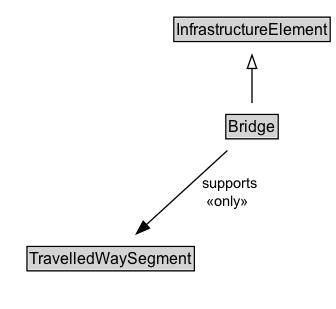
Earlier version of the Graphviz export docs/diagrams/Bridge.dot.png (ISO-TC204/ontology-cdm-p2-v1). Its source is kept beside it as docs/diagrams/Bridge.dot. Source of this version:
```dot
digraph {
	graph [overlap=false rankdir=TB splines=true]
	node [fontname=Arial fontsize=12 margin=0 shape=none]
	edge [fontname=Arial fontsize=11]
	{
		rank=max
		Bridge [label=<<TABLE BORDER="1" CELLBORDER="0" CELLSPACING="0" CELLPADDING="1"><TR><TD BGCOLOR="lightgray" ALIGN="CENTER" PORT="e">Bridge</TD></TR></TABLE>> URL="../Bridge.md" margin=0]
	}
	subgraph cluster_associated {
		label="" style=invis
		Invis [label=<<TABLE BORDER="0" CELLBORDER="0" CELLSPACING="0" CELLPADDING="1"><TR><TD></TD></TR></TABLE>> margin=0 style=invis]
		TravelledWaySegment [label=<<TABLE BORDER="1" CELLBORDER="0" CELLSPACING="0" CELLPADDING="1"><TR><TD BGCOLOR="lightgray" ALIGN="CENTER">TravelledWaySegment</TD></TR></TABLE>> URL="../TravelledWaySegment.md" margin=0]
	}
	InfrastructureElement [label=<<TABLE BORDER="1" CELLBORDER="0" CELLSPACING="0" CELLPADDING="1"><TR><TD BGCOLOR="lightgray" ALIGN="CENTER">InfrastructureElement</TD></TR></TABLE>> URL="../InfrastructureElement.md" margin=0]
	Bridge -> InfrastructureElement [arrowhead=onormal style=solid]
	Bridge -> Invis [style=invis]
	Invis -> TravelledWaySegment [style=invis]
	Bridge -> TravelledWaySegment [label=" supports
 «only»  " arrowhead=normal style=solid]
}
```
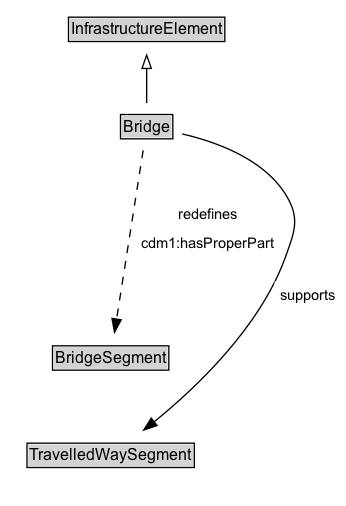
The same file after the commit.

What changed in the source:
```diff
@@ -3,18 +3,25 @@
 	node [fontname=Arial fontsize=12 margin=0 shape=none]
 	edge [fontname=Arial fontsize=11]
 	{
+		rank=source
+		InfrastructureElement [label=<<TABLE BORDER="1" CELLBORDER="0" CELLSPACING="0" CELLPADDING="1"><TR><TD BGCOLOR="lightgray" ALIGN="CENTER">InfrastructureElement</TD></TR></TABLE>> URL="../InfrastructureElement" margin=0]
+	}
+	Bridge [label=<<TABLE BORDER="1" CELLBORDER="0" CELLSPACING="0" CELLPADDING="1"><TR><TD BGCOLOR="lightgray" ALIGN="CENTER">Bridge</TD></TR></TABLE>> URL="../Bridge" margin=0]
+	{
 		rank=max
-		Bridge [label=<<TABLE BORDER="1" CELLBORDER="0" CELLSPACING="0" CELLPADDING="1"><TR><TD BGCOLOR="lightgray" ALIGN="CENTER" PORT="e">Bridge</TD></TR></TABLE>> URL="../Bridge.md" margin=0]
 	}
 	subgraph cluster_associated {
 		label="" style=invis
 		Invis [label=<<TABLE BORDER="0" CELLBORDER="0" CELLSPACING="0" CELLPADDING="1"><TR><TD></TD></TR></TABLE>> margin=0 style=invis]
-		TravelledWaySegment [label=<<TABLE BORDER="1" CELLBORDER="0" CELLSPACING="0" CELLPADDING="1"><TR><TD BGCOLOR="lightgray" ALIGN="CENTER">TravelledWaySegment</TD></TR></TABLE>> URL="../TravelledWaySegment.md" margin=0]
+		BridgeSegment [label=<<TABLE BORDER="1" CELLBORDER="0" CELLSPACING="0" CELLPADDING="1"><TR><TD BGCOLOR="lightgray" ALIGN="CENTER">BridgeSegment</TD></TR></TABLE>> URL="../BridgeSegment" margin=0]
+		TravelledWaySegment [label=<<TABLE BORDER="1" CELLBORDER="0" CELLSPACING="0" CELLPADDING="1"><TR><TD BGCOLOR="lightgray" ALIGN="CENTER">TravelledWaySegment</TD></TR></TABLE>> URL="../TravelledWaySegment" margin=0]
 	}
-	InfrastructureElement [label=<<TABLE BORDER="1" CELLBORDER="0" CELLSPACING="0" CELLPADDING="1"><TR><TD BGCOLOR="lightgray" ALIGN="CENTER">InfrastructureElement</TD></TR></TABLE>> URL="../InfrastructureElement.md" margin=0]
 	Bridge -> InfrastructureElement [arrowhead=onormal style=solid]
 	Bridge -> Invis [style=invis]
-	Invis -> TravelledWaySegment [style=invis]
-	Bridge -> TravelledWaySegment [label=" supports
- «only»  " arrowhead=normal style=solid]
+	Invis -> BridgeSegment [style=invis]
+	BridgeSegment -> TravelledWaySegment [style=invis]
+	TravelledWaySegment [label=<<TABLE BORDER="1" CELLBORDER="0" CELLSPACING="0" CELLPADDING="1"><TR><TD BGCOLOR="lightgray" ALIGN="CENTER">TravelledWaySegment</TD></TR></TABLE>> URL="../TravelledWaySegment" margin=0]
+	Bridge -> TravelledWaySegment [label=<<TABLE BORDER="0" CELLBORDER="0" CELLSPACING="0" CELLPADDING="4" BGCOLOR="white"><TR><TD ALIGN="CENTER">supports</TD></TR></TABLE>> arrowhead=normal style=solid]
+	BridgeSegment [label=<<TABLE BORDER="1" CELLBORDER="0" CELLSPACING="0" CELLPADDING="1"><TR><TD BGCOLOR="lightgray" ALIGN="CENTER">BridgeSegment</TD></TR></TABLE>> URL="../BridgeSegment" margin=0]
+	Bridge -> BridgeSegment [label=<<TABLE BORDER="0" CELLBORDER="0" CELLSPACING="0" CELLPADDING="4" BGCOLOR="white"><TR><TD ALIGN="CENTER">redefines</TD></TR><TR><TD ALIGN="CENTER">cdm1:hasProperPart</TD></TR></TABLE>> arrowhead=normal style=dashed]
 }
```
